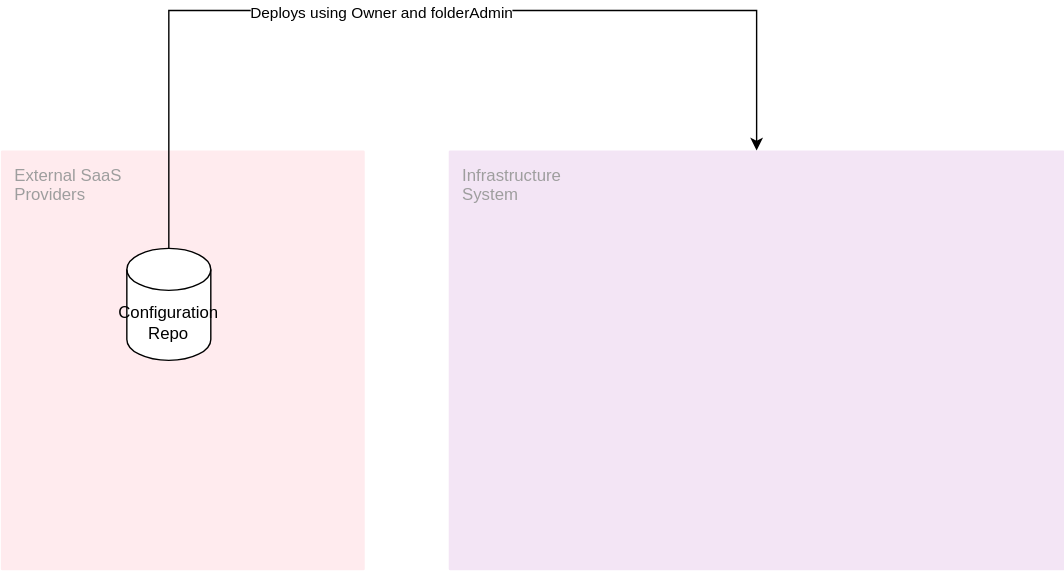
Above: diagrams/arcitectingscaffold.drawio.svg in graham-fletcher-athome-org/Taca (draw.io), before the change. Source tidied: cells renumbered, new cells last; positions are measured from the earlier drawing's top-left corner, leaving out a move shared by most shapes.
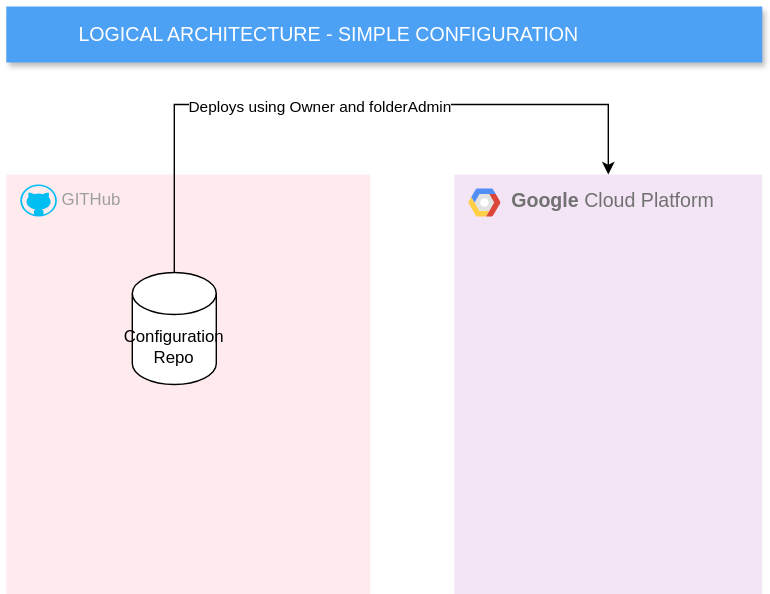
After the change.

What changed in the source:
```diff
@@ -2,10 +2,10 @@
   <root>
     <mxCell id="0" />
     <mxCell id="1" parent="0" />
-    <mxCell id="2" value="Infrastructure&#10;System" style="sketch=0;points=[[0,0,0],[0.25,0,0],[0.5,0,0],[0.75,0,0],[1,0,0],[1,0.25,0],[1,0.5,0],[1,0.75,0],[1,1,0],[0.75,1,0],[0.5,1,0],[0.25,1,0],[0,1,0],[0,0.75,0],[0,0.5,0],[0,0.25,0]];rounded=1;absoluteArcSize=1;arcSize=2;html=1;strokeColor=none;gradientColor=none;shadow=0;dashed=0;fontSize=12;fontColor=#9E9E9E;align=left;verticalAlign=top;spacing=10;spacingTop=-4;whiteSpace=wrap;fillColor=#F3E5F5;" parent="1" vertex="1">
-      <mxGeometry x="320" y="100" width="440" height="300" as="geometry" />
+    <mxCell id="2" value="&lt;b style=&quot;text-wrap-mode: nowrap; font-size: 14px; color: rgb(113, 113, 113);&quot;&gt;&lt;span style=&quot;white-space-collapse: preserve;&quot;&gt;&#9;&lt;/span&gt;Google&amp;nbsp;&lt;/b&gt;&lt;span style=&quot;text-wrap-mode: nowrap; font-size: 14px; color: rgb(113, 113, 113);&quot;&gt;Cloud Platform&lt;/span&gt;&lt;span style=&quot;color: rgba(0, 0, 0, 0); font-family: monospace; font-size: 0px; text-wrap-mode: nowrap;&quot;&gt;%3CmxGraphModel%3E%3Croot%3E%3CmxCell%20id%3D%220%22%2F%3E%3CmxCell%20id%3D%221%22%20parent%3D%220%22%2F%3E%3CmxCell%20id%3D%222%22%20value%3D%22%22%20style%3D%22shape%3Dmxgraph.gcp2.google_cloud_platform%3BfillColor%3D%23F6F6F6%3BstrokeColor%3Dnone%3Bshadow%3D0%3BgradientColor%3Dnone%3B%22%20vertex%3D%221%22%20parent%3D%221%22%3E%3CmxGeometry%20x%3D%22-1894%22%20y%3D%2290%22%20width%3D%2223%22%20height%3D%2220%22%20as%3D%22geometry%22%2F%3E%3C%2FmxCell%3E%3C%2Froot%3E%3C%2FmxGraphModel%3E&lt;/span&gt;" style="sketch=0;points=[[0,0,0],[0.25,0,0],[0.5,0,0],[0.75,0,0],[1,0,0],[1,0.25,0],[1,0.5,0],[1,0.75,0],[1,1,0],[0.75,1,0],[0.5,1,0],[0.25,1,0],[0,1,0],[0,0.75,0],[0,0.5,0],[0,0.25,0]];rounded=1;absoluteArcSize=1;arcSize=2;html=1;strokeColor=none;gradientColor=none;shadow=0;dashed=0;fontSize=12;fontColor=#9E9E9E;align=left;verticalAlign=top;spacing=10;spacingTop=-4;whiteSpace=wrap;fillColor=#F3E5F5;" parent="1" vertex="1">
+      <mxGeometry x="320" y="100" width="220" height="300" as="geometry" />
     </mxCell>
-    <mxCell id="3" value="External SaaS&#10;Providers" style="sketch=0;rounded=1;absoluteArcSize=1;arcSize=2;html=1;strokeColor=none;gradientColor=none;shadow=0;dashed=0;fontSize=12;fontColor=#9E9E9E;align=left;verticalAlign=top;spacing=10;spacingTop=-4;whiteSpace=wrap;fillColor=#FFEBEE;" parent="1" vertex="1">
+    <mxCell id="3" value="&lt;span style=&quot;white-space: pre;&quot;&gt;&#9;&lt;/span&gt;&amp;nbsp;GITHub" style="sketch=0;rounded=1;absoluteArcSize=1;arcSize=2;html=1;strokeColor=none;gradientColor=none;shadow=0;dashed=0;fontSize=12;fontColor=#9E9E9E;align=left;verticalAlign=top;spacing=10;spacingTop=-4;whiteSpace=wrap;fillColor=#FFEBEE;" parent="1" vertex="1">
       <mxGeometry y="100" width="260" height="300" as="geometry" />
     </mxCell>
     <mxCell id="4" value="Configuration Repo" style="shape=cylinder3;whiteSpace=wrap;html=1;boundedLbl=1;backgroundOutline=1;size=15;" parent="1" vertex="1">
@@ -14,12 +14,21 @@
     <mxCell id="5" style="edgeStyle=elbowEdgeStyle;rounded=0;jettySize=auto;elbow=vertical;html=1;exitX=0.5;exitY=0;exitDx=0;exitDy=0;exitPerimeter=0;entryX=0.5;entryY=0;entryDx=0;entryDy=0;entryPerimeter=0;" parent="1" edge="1" source="4" target="2">
       <mxGeometry relative="1" as="geometry">
         <Array as="points">
-          <mxPoint x="330" />
+          <mxPoint x="280" y="50" />
         </Array>
       </mxGeometry>
     </mxCell>
     <mxCell id="6" value="Deploys using Owner and folderAdmin" style="edgeLabel;html=1;align=center;verticalAlign=middle;" parent="5" vertex="1">
       <mxGeometry x="-0.07" y="-1" relative="1" as="geometry" />
     </mxCell>
+    <mxCell id="7" style="shape=mxgraph.gcp2.google_cloud_platform;fillColor=#F6F6F6;strokeColor=none;shadow=0;gradientColor=none;" parent="1" vertex="1">
+      <mxGeometry x="330" y="110" width="23" height="20" as="geometry" />
+    </mxCell>
+    <mxCell id="8" value="&lt;div&gt;&lt;br&gt;&lt;/div&gt;" style="verticalLabelPosition=bottom;html=1;verticalAlign=top;align=center;strokeColor=none;fillColor=#00BEF2;shape=mxgraph.azure.github_code;" parent="1" vertex="1">
+      <mxGeometry x="10" y="107.1" width="26.1" height="22.9" as="geometry" />
+    </mxCell>
+    <mxCell id="9" value="LOGICAL ARCHITECTURE - SIMPLE CONFIGURATION" style="fillColor=#4DA1F5;strokeColor=none;shadow=1;gradientColor=none;fontSize=14;align=left;spacingLeft=50;fontColor=#ffffff;whiteSpace=wrap;html=1;" parent="1" vertex="1">
+      <mxGeometry y="-20" width="540" height="40" as="geometry" />
+    </mxCell>
   </root>
 </mxGraphModel>
```
